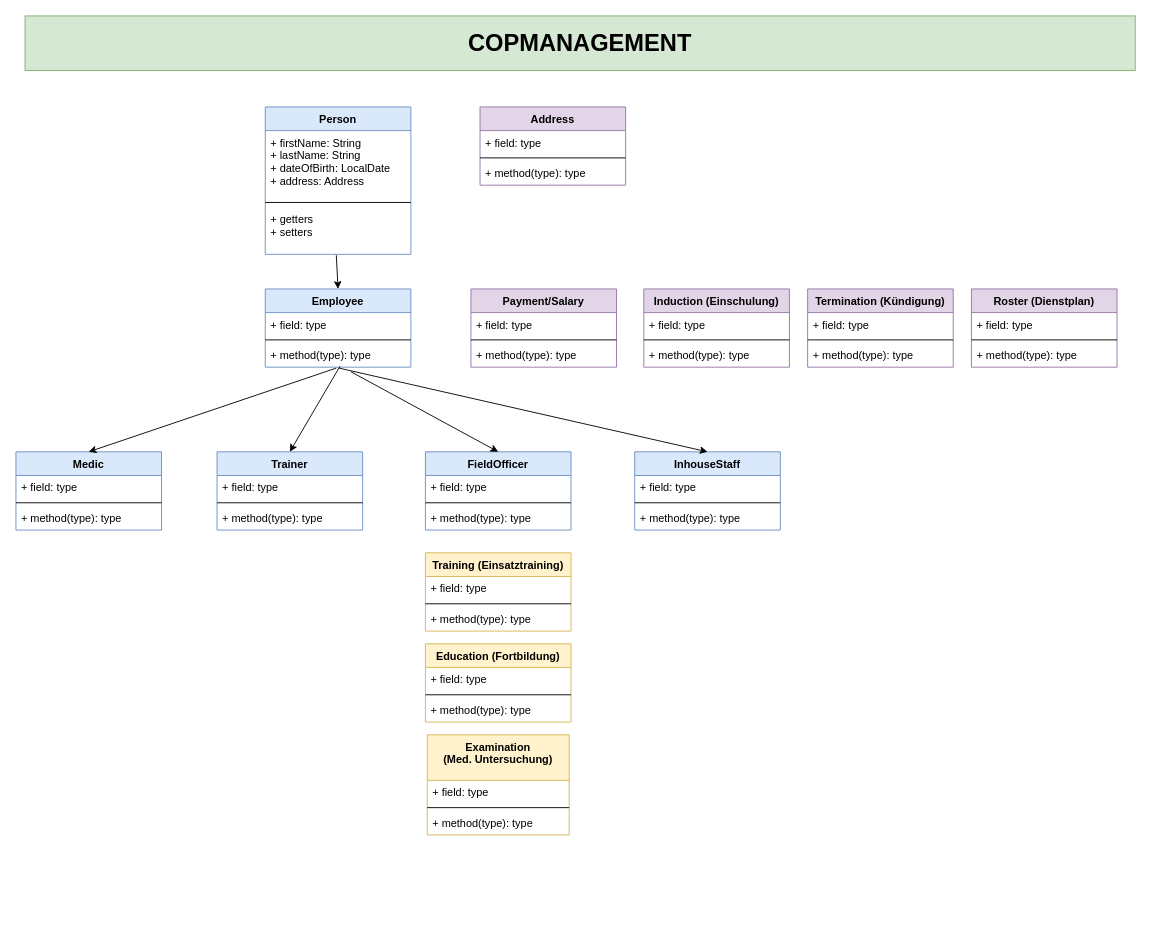
Before: klassendiagramme/UML_Copmanagement_NEW.drawio in eliritt/Copmanagement, a draw.io diagram. Source tidied: cells renumbered, new cells numbered last; positions are measured from the earlier drawing's top-left corner, leaving out a move shared by most shapes. Both pictures are drawn from the tidied source at 91%, with x=0, y=0 at pixel (15, 15).
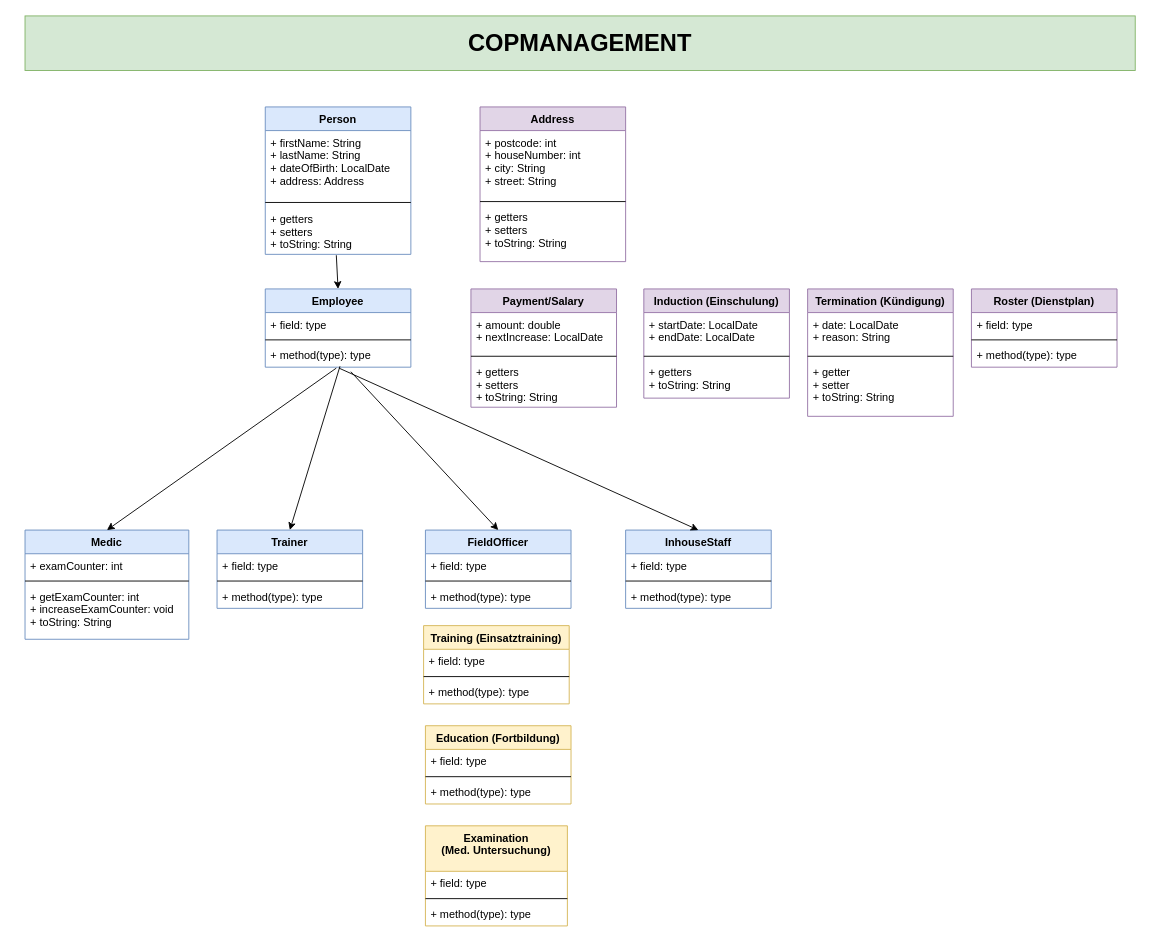
The same page after the edit.

The change refers to these unchanged cells:
```xml
<mxCell id="3" value="Person" style="swimlane;fontStyle=1;align=center;verticalAlign=top;horizontal=1;startSize=26;fillColor=#dae8fc;strokeColor=#6c8ebf;" parent="1" vertex="1">
  <mxGeometry x="274" y="100" width="160" height="162" as="geometry" />
</mxCell>
```

The edit, as a diff of the source:
```diff
@@
-    <mxCell id="6" value="+ getters&#10;+ setters" style="text;strokeColor=none;fillColor=none;align=left;verticalAlign=top;spacingLeft=4;spacingRight=4;overflow=hidden;points=[[0,0.5],[1,0.5]];portConstraint=eastwest;" parent="3" vertex="1">
+    <mxCell id="6" value="+ getters&#10;+ setters&#10;+ toString: String" style="text;strokeColor=none;fillColor=none;align=left;verticalAlign=top;spacingLeft=4;spacingRight=4;overflow=hidden;points=[[0,0.5],[1,0.5]];portConstraint=eastwest;" parent="3" vertex="1">
       <mxGeometry y="110" width="160" height="52" as="geometry" />
     </mxCell>
@@
     <mxCell id="11" value="Medic" style="swimlane;fontStyle=1;align=center;verticalAlign=top;horizontal=1;startSize=26;fillColor=#dae8fc;strokeColor=#6c8ebf;" parent="1" vertex="1">
-      <mxGeometry y="479" width="160" height="86" as="geometry" />
+      <mxGeometry x="10" y="565" width="180" height="120" as="geometry" />
     </mxCell>
-    <mxCell id="12" value="+ field: type" style="text;strokeColor=none;fillColor=none;align=left;verticalAlign=top;spacingLeft=4;spacingRight=4;overflow=hidden;" parent="11" vertex="1">
-      <mxGeometry y="26" width="160" height="26" as="geometry" />
+    <mxCell id="12" value="+ examCounter: int" style="text;strokeColor=none;fillColor=none;align=left;verticalAlign=top;spacingLeft=4;spacingRight=4;overflow=hidden;" parent="11" vertex="1">
+      <mxGeometry y="26" width="180" height="26" as="geometry" />
     </mxCell>
     <mxCell id="13" style="line;strokeWidth=1;fillColor=none;align=left;verticalAlign=middle;spacingTop=-1;spacingLeft=3;spacingRight=3;labelPosition=right;" parent="11" vertex="1">
-      <mxGeometry y="52" width="160" height="8" as="geometry" />
+      <mxGeometry y="52" width="180" height="8" as="geometry" />
     </mxCell>
-    <mxCell id="14" value="+ method(type): type" style="text;strokeColor=none;fillColor=none;align=left;verticalAlign=top;spacingLeft=4;spacingRight=4;overflow=hidden;" parent="11" vertex="1">
-      <mxGeometry y="60" width="160" height="26" as="geometry" />
+    <mxCell id="14" value="+ getExamCounter: int&#10;+ increaseExamCounter: void&#10;+ toString: String" style="text;strokeColor=none;fillColor=none;align=left;verticalAlign=top;spacingLeft=4;spacingRight=4;overflow=hidden;" parent="11" vertex="1">
+      <mxGeometry y="60" width="180" height="60" as="geometry" />
     </mxCell>
     <mxCell id="15" value="Trainer" style="swimlane;fontStyle=1;align=center;verticalAlign=top;horizontal=1;startSize=26;fillColor=#dae8fc;strokeColor=#6c8ebf;" parent="1" vertex="1">
-      <mxGeometry x="221" y="479" width="160" height="86" as="geometry" />
+      <mxGeometry x="221" y="565" width="160" height="86" as="geometry" />
     </mxCell>
@@
     <mxCell id="19" value="FieldOfficer" style="swimlane;fontStyle=1;align=center;verticalAlign=top;horizontal=1;startSize=26;fillColor=#dae8fc;strokeColor=#6c8ebf;" parent="1" vertex="1">
-      <mxGeometry x="450" y="479" width="160" height="86" as="geometry" />
+      <mxGeometry x="450" y="565" width="160" height="86" as="geometry" />
     </mxCell>
@@
     <mxCell id="23" value="InhouseStaff" style="swimlane;fontStyle=1;align=center;verticalAlign=top;horizontal=1;startSize=26;fillColor=#dae8fc;strokeColor=#6c8ebf;" parent="1" vertex="1">
-      <mxGeometry x="680" y="479" width="160" height="86" as="geometry" />
+      <mxGeometry x="670" y="565" width="160" height="86" as="geometry" />
     </mxCell>
@@
     <mxCell id="27" value="Address" style="swimlane;fontStyle=1;align=center;verticalAlign=top;horizontal=1;startSize=26;fillColor=#e1d5e7;strokeColor=#9673a6;" parent="1" vertex="1">
-      <mxGeometry x="510" y="100" width="160" height="86" as="geometry" />
+      <mxGeometry x="510" y="100" width="160" height="170" as="geometry" />
     </mxCell>
-    <mxCell id="28" value="+ field: type" style="text;strokeColor=none;fillColor=none;align=left;verticalAlign=top;spacingLeft=4;spacingRight=4;overflow=hidden;" parent="27" vertex="1">
-      <mxGeometry y="26" width="160" height="26" as="geometry" />
+    <mxCell id="28" value="+ postcode: int&#10;+ houseNumber: int&#10;+ city: String&#10;+ street: String" style="text;strokeColor=none;fillColor=none;align=left;verticalAlign=top;spacingLeft=4;spacingRight=4;overflow=hidden;" parent="27" vertex="1">
+      <mxGeometry y="26" width="160" height="74" as="geometry" />
     </mxCell>
     <mxCell id="29" style="line;strokeWidth=1;fillColor=none;align=left;verticalAlign=middle;spacingTop=-1;spacingLeft=3;spacingRight=3;labelPosition=right;" parent="27" vertex="1">
-      <mxGeometry y="52" width="160" height="8" as="geometry" />
+      <mxGeometry y="100" width="160" height="8" as="geometry" />
     </mxCell>
-    <mxCell id="30" value="+ method(type): type" style="text;strokeColor=none;fillColor=none;align=left;verticalAlign=top;spacingLeft=4;spacingRight=4;overflow=hidden;" parent="27" vertex="1">
-      <mxGeometry y="60" width="160" height="26" as="geometry" />
+    <mxCell id="30" value="+ getters&#10;+ setters&#10;+ toString: String" style="text;strokeColor=none;fillColor=none;align=left;verticalAlign=top;spacingLeft=4;spacingRight=4;overflow=hidden;" parent="27" vertex="1">
+      <mxGeometry y="108" width="160" height="62" as="geometry" />
     </mxCell>
     <mxCell id="31" value="Termination (Kündigung)&#10;" style="swimlane;fontStyle=1;align=center;verticalAlign=top;horizontal=1;startSize=26;fillColor=#e1d5e7;strokeColor=#9673a6;" parent="1" vertex="1">
-      <mxGeometry x="870" y="300" width="160" height="86" as="geometry" />
+      <mxGeometry x="870" y="300" width="160" height="140" as="geometry" />
     </mxCell>
-    <mxCell id="32" value="+ field: type" style="text;strokeColor=none;fillColor=none;align=left;verticalAlign=top;spacingLeft=4;spacingRight=4;overflow=hidden;" parent="31" vertex="1">
-      <mxGeometry y="26" width="160" height="26" as="geometry" />
+    <mxCell id="32" value="+ date: LocalDate&#10;+ reason: String" style="text;strokeColor=none;fillColor=none;align=left;verticalAlign=top;spacingLeft=4;spacingRight=4;overflow=hidden;" parent="31" vertex="1">
+      <mxGeometry y="26" width="160" height="44" as="geometry" />
     </mxCell>
     <mxCell id="33" style="line;strokeWidth=1;fillColor=none;align=left;verticalAlign=middle;spacingTop=-1;spacingLeft=3;spacingRight=3;labelPosition=right;" parent="31" vertex="1">
-      <mxGeometry y="52" width="160" height="8" as="geometry" />
+      <mxGeometry y="70" width="160" height="8" as="geometry" />
     </mxCell>
-    <mxCell id="34" value="+ method(type): type" style="text;strokeColor=none;fillColor=none;align=left;verticalAlign=top;spacingLeft=4;spacingRight=4;overflow=hidden;" parent="31" vertex="1">
-      <mxGeometry y="60" width="160" height="26" as="geometry" />
+    <mxCell id="34" value="+ getter&#10;+ setter&#10;+ toString: String" style="text;strokeColor=none;fillColor=none;align=left;verticalAlign=top;spacingLeft=4;spacingRight=4;overflow=hidden;" parent="31" vertex="1">
+      <mxGeometry y="78" width="160" height="62" as="geometry" />
     </mxCell>
     <mxCell id="35" value="Induction (Einschulung)" style="swimlane;fontStyle=1;align=center;verticalAlign=top;horizontal=1;startSize=26;fillColor=#e1d5e7;strokeColor=#9673a6;" parent="1" vertex="1">
-      <mxGeometry x="690" y="300" width="160" height="86" as="geometry" />
+      <mxGeometry x="690" y="300" width="160" height="120" as="geometry" />
     </mxCell>
-    <mxCell id="36" value="+ field: type" style="text;strokeColor=none;fillColor=none;align=left;verticalAlign=top;spacingLeft=4;spacingRight=4;overflow=hidden;" parent="35" vertex="1">
-      <mxGeometry y="26" width="160" height="26" as="geometry" />
+    <mxCell id="36" value="+ startDate: LocalDate&#10;+ endDate: LocalDate" style="text;strokeColor=none;fillColor=none;align=left;verticalAlign=top;spacingLeft=4;spacingRight=4;overflow=hidden;" parent="35" vertex="1">
+      <mxGeometry y="26" width="160" height="44" as="geometry" />
     </mxCell>
     <mxCell id="37" style="line;strokeWidth=1;fillColor=none;align=left;verticalAlign=middle;spacingTop=-1;spacingLeft=3;spacingRight=3;labelPosition=right;" parent="35" vertex="1">
-      <mxGeometry y="52" width="160" height="8" as="geometry" />
+      <mxGeometry y="70" width="160" height="8" as="geometry" />
     </mxCell>
-    <mxCell id="38" value="+ method(type): type" style="text;strokeColor=none;fillColor=none;align=left;verticalAlign=top;spacingLeft=4;spacingRight=4;overflow=hidden;" parent="35" vertex="1">
-      <mxGeometry y="60" width="160" height="26" as="geometry" />
+    <mxCell id="38" value="+ getters&#10;+ toString: String" style="text;strokeColor=none;fillColor=none;align=left;verticalAlign=top;spacingLeft=4;spacingRight=4;overflow=hidden;" parent="35" vertex="1">
+      <mxGeometry y="78" width="160" height="42" as="geometry" />
     </mxCell>
     <mxCell id="39" value="Payment/Salary" style="swimlane;fontStyle=1;align=center;verticalAlign=top;horizontal=1;startSize=26;fillColor=#e1d5e7;strokeColor=#9673a6;" parent="1" vertex="1">
-      <mxGeometry x="500" y="300" width="160" height="86" as="geometry" />
+      <mxGeometry x="500" y="300" width="160" height="130" as="geometry" />
     </mxCell>
-    <mxCell id="40" value="+ field: type" style="text;strokeColor=none;fillColor=none;align=left;verticalAlign=top;spacingLeft=4;spacingRight=4;overflow=hidden;" parent="39" vertex="1">
-      <mxGeometry y="26" width="160" height="26" as="geometry" />
+    <mxCell id="40" value="+ amount: double&#10;+ nextIncrease: LocalDate" style="text;strokeColor=none;fillColor=none;align=left;verticalAlign=top;spacingLeft=4;spacingRight=4;overflow=hidden;" parent="39" vertex="1">
+      <mxGeometry y="26" width="160" height="44" as="geometry" />
     </mxCell>
     <mxCell id="41" style="line;strokeWidth=1;fillColor=none;align=left;verticalAlign=middle;spacingTop=-1;spacingLeft=3;spacingRight=3;labelPosition=right;" parent="39" vertex="1">
-      <mxGeometry y="52" width="160" height="8" as="geometry" />
+      <mxGeometry y="70" width="160" height="8" as="geometry" />
     </mxCell>
-    <mxCell id="42" value="+ method(type): type" style="text;strokeColor=none;fillColor=none;align=left;verticalAlign=top;spacingLeft=4;spacingRight=4;overflow=hidden;" parent="39" vertex="1">
-      <mxGeometry y="60" width="160" height="26" as="geometry" />
+    <mxCell id="42" value="+ getters&#10;+ setters&#10;+ toString: String" style="text;strokeColor=none;fillColor=none;align=left;verticalAlign=top;spacingLeft=4;spacingRight=4;overflow=hidden;" parent="39" vertex="1">
+      <mxGeometry y="78" width="160" height="52" as="geometry" />
     </mxCell>
@@
     <mxCell id="47" value="Examination&#10;(Med. Untersuchung)&#10;" style="swimlane;fontStyle=1;align=center;verticalAlign=top;horizontal=1;startSize=50;fillColor=#fff2cc;strokeColor=#d6b656;" parent="1" vertex="1">
-      <mxGeometry x="452" y="790" width="156" height="110" as="geometry" />
+      <mxGeometry x="450" y="890" width="156" height="110" as="geometry" />
     </mxCell>
@@
     <mxCell id="51" value="Training (Einsatztraining)" style="swimlane;fontStyle=1;align=center;verticalAlign=top;horizontal=1;startSize=26;fillColor=#fff2cc;strokeColor=#d6b656;" parent="1" vertex="1">
-      <mxGeometry x="450" y="590" width="160" height="86" as="geometry" />
+      <mxGeometry x="448" y="670" width="160" height="86" as="geometry" />
     </mxCell>
@@
     <mxCell id="55" value="Education (Fortbildung)" style="swimlane;fontStyle=1;align=center;verticalAlign=top;horizontal=1;startSize=26;fillColor=#fff2cc;strokeColor=#d6b656;" parent="1" vertex="1">
-      <mxGeometry x="450" y="690" width="160" height="86" as="geometry" />
+      <mxGeometry x="450" y="780" width="160" height="86" as="geometry" />
     </mxCell>
```
